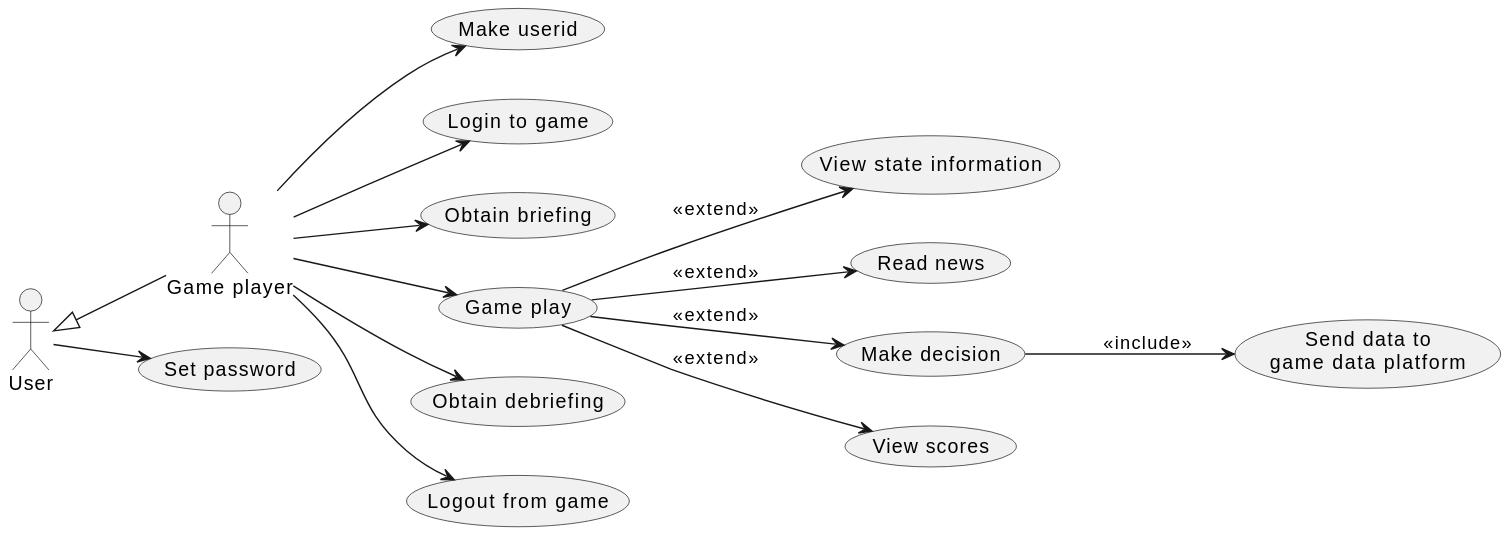
Earlier version of the PlantUML export doc/1-use-cases/diagrams/game-play.svg (averbraeck/gscg-design). The source it was exported from:
```plantuml
@startuml
left to right direction

"Game player" as GP
User <|-- GP

User --> (Set password)

GP --> (Make userid)
GP --> (Login to game)

GP --> (Obtain briefing)

GP --> (Game play)
(Game play) --> (View state information) : << extend >>
(Game play) --> (Read news) : << extend >>
(Game play) --> (Make decision) : << extend >>
(Game play) --> (View scores) : << extend >>

(Make decision) --> (Send data to\ngame data platform) : << include >>

GP --> (Obtain debriefing)

GP --> (Logout from game)
@enduml
```
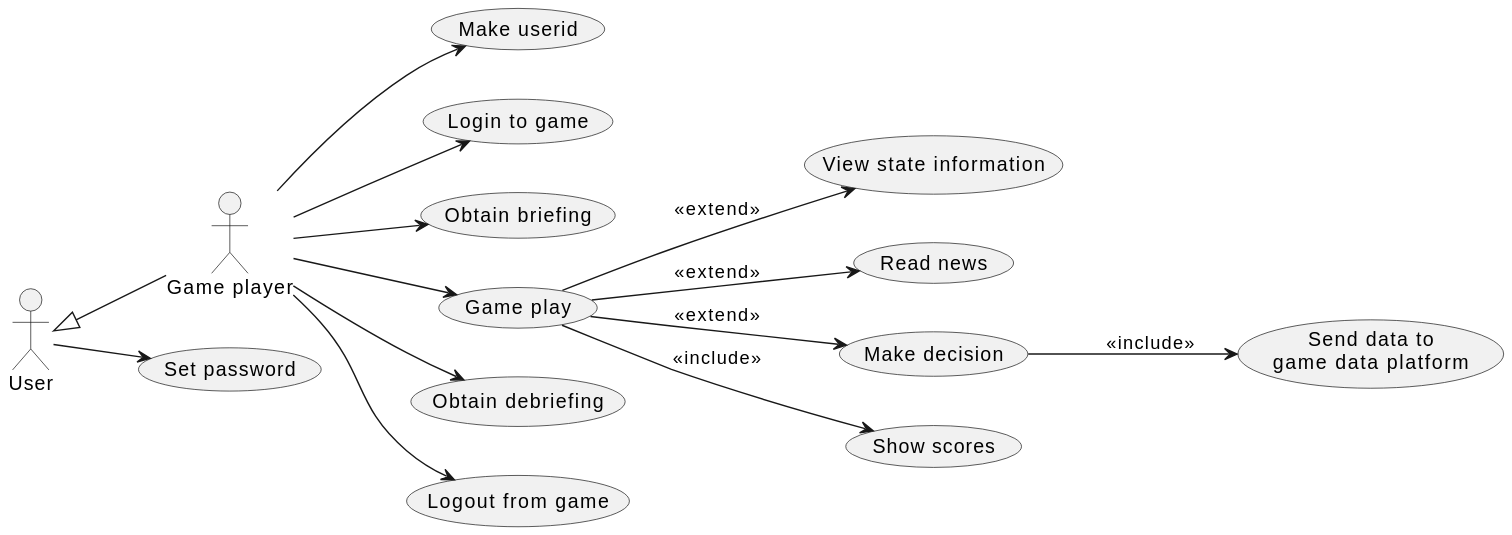
Later version of the same file.

The edit, as a diff of the source:
```diff
@@ -15,7 +15,7 @@
 (Game play) --> (View state information) : << extend >>
 (Game play) --> (Read news) : << extend >>
 (Game play) --> (Make decision) : << extend >>
-(Game play) --> (View scores) : << extend >>
+(Game play) --> (Show scores) : << include >>
 
 (Make decision) --> (Send data to\ngame data platform) : << include >>
 
```
